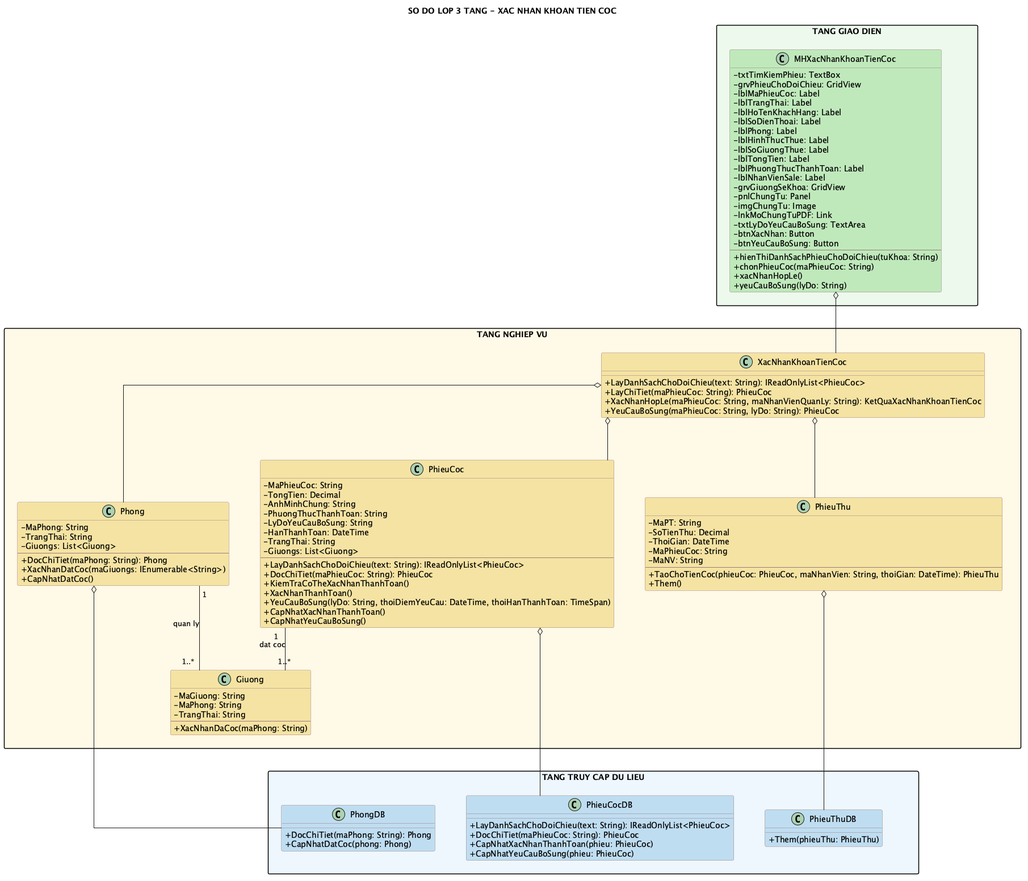
The PlantUML diagram diagram/png/xac-nhan-khoan-tien-coc-class.png in Ming1309/HomeStay-Dorm, before a commit.
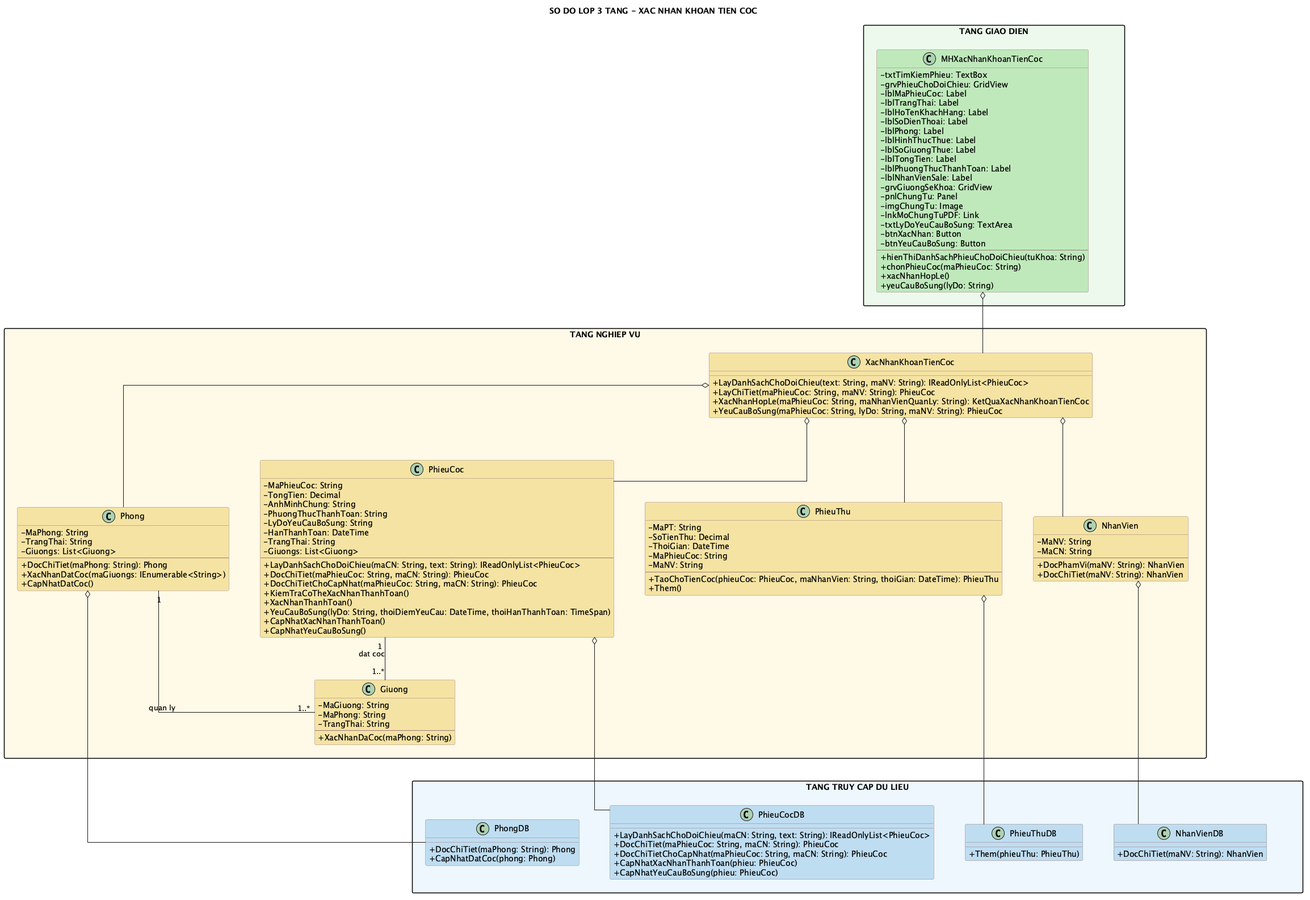
Later version of the same file.

Change to the diagram source:
```diff
@@ -44,10 +44,18 @@
 
 package "TANG NGHIEP VU" as BUS_LAYER #FFF9E6 {
   class XacNhanKhoanTienCoc #F4E3A2 {
-    + LayDanhSachChoDoiChieu(text: String): IReadOnlyList<PhieuCoc>
-    + LayChiTiet(maPhieuCoc: String): PhieuCoc
+    + LayDanhSachChoDoiChieu(text: String, maNV: String): IReadOnlyList<PhieuCoc>
+    + LayChiTiet(maPhieuCoc: String, maNV: String): PhieuCoc
     + XacNhanHopLe(maPhieuCoc: String, maNhanVienQuanLy: String): KetQuaXacNhanKhoanTienCoc
-    + YeuCauBoSung(maPhieuCoc: String, lyDo: String): PhieuCoc
+    + YeuCauBoSung(maPhieuCoc: String, lyDo: String, maNV: String): PhieuCoc
+  }
+
+  class NhanVien #F4E3A2 {
+    - MaNV: String
+    - MaCN: String
+    --
+    + DocPhamVi(maNV: String): NhanVien
+    + DocChiTiet(maNV: String): NhanVien
   }
 
   class PhieuCoc #F4E3A2 {
@@ -60,8 +68,9 @@
     - TrangThai: String
     - Giuongs: List<Giuong>
     --
-    + LayDanhSachChoDoiChieu(text: String): IReadOnlyList<PhieuCoc>
-    + DocChiTiet(maPhieuCoc: String): PhieuCoc
+    + LayDanhSachChoDoiChieu(maCN: String, text: String): IReadOnlyList<PhieuCoc>
+    + DocChiTiet(maPhieuCoc: String, maCN: String): PhieuCoc
+    + DocChiTietChoCapNhat(maPhieuCoc: String, maCN: String): PhieuCoc
     + KiemTraCoTheXacNhanThanhToan()
     + XacNhanThanhToan()
     + YeuCauBoSung(lyDo: String, thoiDiemYeuCau: DateTime, thoiHanThanhToan: TimeSpan)
@@ -100,9 +109,13 @@
 }
 
 package "TANG TRUY CAP DU LIEU" as DAL_LAYER #EDF6FC {
+  class NhanVienDB #BFDCF0 {
+    + DocChiTiet(maNV: String): NhanVien
+  }
   class PhieuCocDB #BFDCF0 {
-    + LayDanhSachChoDoiChieu(text: String): IReadOnlyList<PhieuCoc>
-    + DocChiTiet(maPhieuCoc: String): PhieuCoc
+    + LayDanhSachChoDoiChieu(maCN: String, text: String): IReadOnlyList<PhieuCoc>
+    + DocChiTiet(maPhieuCoc: String, maCN: String): PhieuCoc
+    + DocChiTietChoCapNhat(maPhieuCoc: String, maCN: String): PhieuCoc
     + CapNhatXacNhanThanhToan(phieu: PhieuCoc)
     + CapNhatYeuCauBoSung(phieu: PhieuCoc)
   }
@@ -119,6 +132,8 @@
 XacNhanKhoanTienCoc o-- PhieuCoc
 XacNhanKhoanTienCoc o-- PhieuThu
 XacNhanKhoanTienCoc o-- Phong
+XacNhanKhoanTienCoc o-- NhanVien
+NhanVien o-- NhanVienDB
 PhieuCoc o-- PhieuCocDB
 PhieuThu o-- PhieuThuDB
 Phong o-- PhongDB
@@ -129,5 +144,6 @@
 GUI_LAYER -[hidden]down- BUS_LAYER
 BUS_LAYER -[hidden]down- DAL_LAYER
 XacNhanKhoanTienCoc -[hidden]down- PhieuCocDB
+NhanVienDB -[hidden]right- PhieuCocDB
 Giuong -[hidden]down- PhieuCocDB
 @enduml
```
